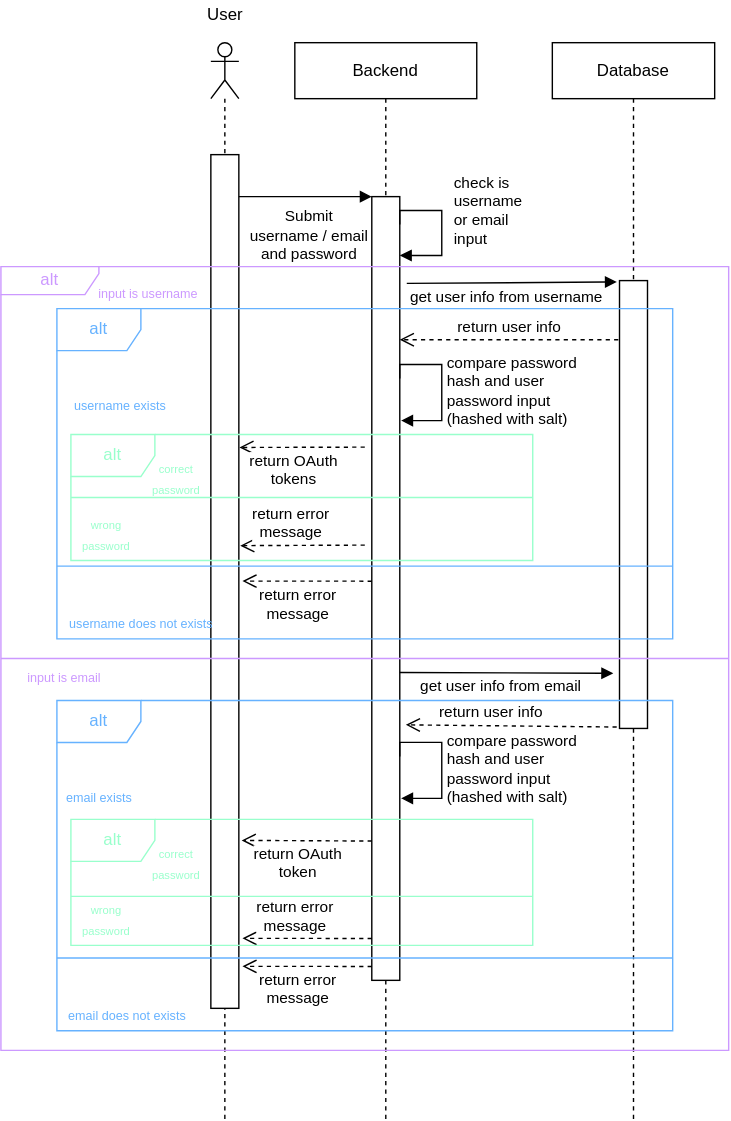
alex-au-922/sleekflow_coding_test keeps this draw.io diagram as specifications/src/sequence_diagram_login.drawio.svg. Above is the earlier version. Source tidied: cells renumbered, new cells last; positions are measured from the earlier drawing's top-left corner, leaving out a move shared by most shapes.
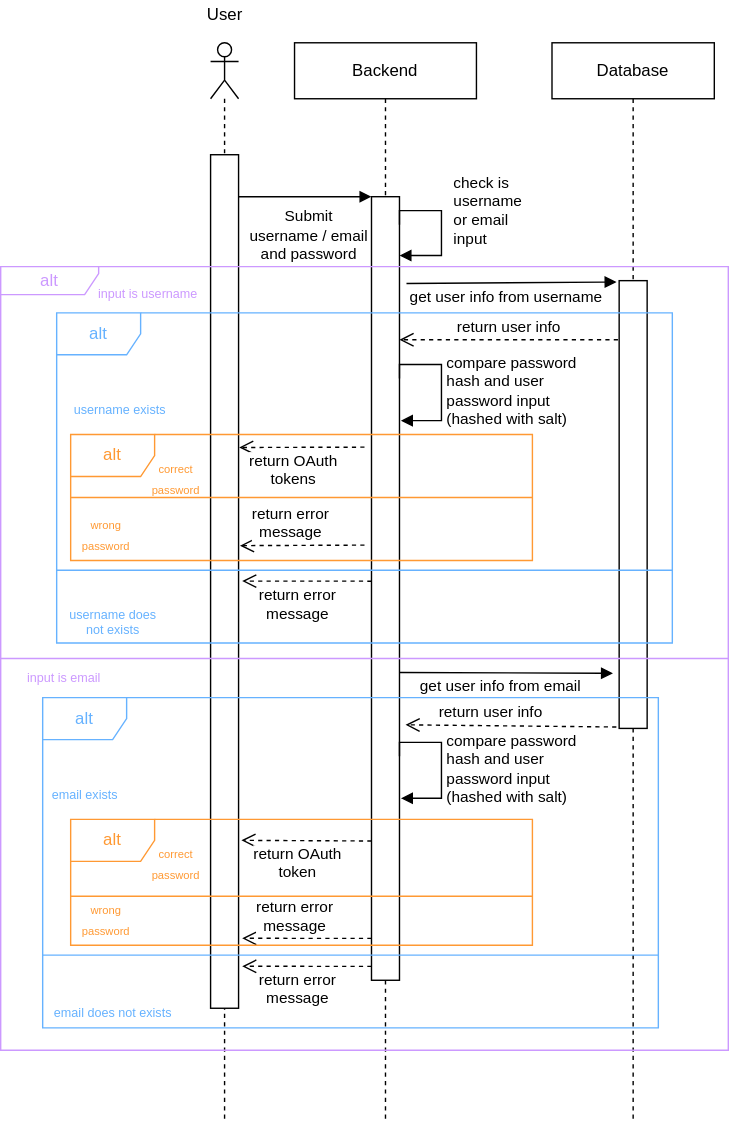
Later version of the same file.

Diff of the diagram source:
```diff
@@ -80,13 +80,13 @@
         <mxPoint x="-37.4" y="660" as="targetPoint" />
       </mxGeometry>
     </mxCell>
-    <mxCell id="15" value="&lt;font color=&quot;#99ffcc&quot;&gt;alt&lt;/font&gt;" style="shape=umlFrame;whiteSpace=wrap;html=1;strokeColor=#99FFCC;" parent="4" vertex="1">
+    <mxCell id="15" value="&lt;font color=&quot;#ff9933&quot;&gt;alt&lt;/font&gt;" style="shape=umlFrame;whiteSpace=wrap;html=1;strokeColor=#FF9933;" parent="4" vertex="1">
       <mxGeometry x="-160" y="280" width="330" height="90" as="geometry" />
     </mxCell>
-    <mxCell id="16" value="&lt;font style=&quot;font-size: 8px&quot;&gt;&lt;font color=&quot;#99ffcc&quot;&gt;correct&lt;br&gt;password&lt;/font&gt;&lt;br&gt;&lt;/font&gt;" style="text;html=1;align=center;verticalAlign=middle;fillColor=none;strokeColor=none;rounded=0;" parent="4" vertex="1">
+    <mxCell id="16" value="&lt;font style=&quot;font-size: 8px&quot;&gt;&lt;font color=&quot;#ff9933&quot;&gt;correct&lt;br&gt;password&lt;/font&gt;&lt;br&gt;&lt;/font&gt;" style="text;html=1;align=center;verticalAlign=middle;fillColor=none;strokeColor=none;rounded=0;" parent="4" vertex="1">
       <mxGeometry x="-110" y="291" width="50" height="40" as="geometry" />
     </mxCell>
-    <mxCell id="17" value="&lt;font style=&quot;font-size: 8px&quot;&gt;&lt;font color=&quot;#99ffcc&quot;&gt;wrong&lt;br&gt;password&lt;/font&gt;&lt;br&gt;&lt;/font&gt;" style="text;html=1;align=center;verticalAlign=middle;fillColor=none;strokeColor=none;rounded=0;" parent="4" vertex="1">
+    <mxCell id="17" value="&lt;font style=&quot;font-size: 8px&quot;&gt;&lt;font color=&quot;#ff9933&quot;&gt;wrong&lt;br&gt;password&lt;/font&gt;&lt;br&gt;&lt;/font&gt;" style="text;html=1;align=center;verticalAlign=middle;fillColor=none;strokeColor=none;rounded=0;" parent="4" vertex="1">
       <mxGeometry x="-160" y="331" width="50" height="40" as="geometry" />
     </mxCell>
     <mxCell id="18" value="Database" style="shape=umlLifeline;perimeter=lifelinePerimeter;whiteSpace=wrap;html=1;" parent="1" vertex="1">
@@ -95,6 +95,18 @@
     <mxCell id="19" style="html=1;points=[];perimeter=orthogonalPerimeter;" parent="18" vertex="1">
       <mxGeometry x="48" y="170" width="20" height="320" as="geometry" />
     </mxCell>
+    <mxCell id="37" value="&lt;font color=&quot;#66b2ff&quot;&gt;alt&lt;/font&gt;" style="shape=umlFrame;whiteSpace=wrap;html=1;strokeColor=#66B2FF;" parent="18" vertex="1">
+      <mxGeometry x="-354" y="193" width="440" height="236" as="geometry" />
+    </mxCell>
+    <mxCell id="39" value="username exists" style="text;html=1;align=center;verticalAlign=middle;fillColor=none;strokeColor=none;rounded=0;fontColor=#66B2FF;fontSize=9;" parent="18" vertex="1">
+      <mxGeometry x="-349" y="253" width="80" height="20" as="geometry" />
+    </mxCell>
+    <mxCell id="38" style="line;strokeWidth=1;fillColor=none;align=left;verticalAlign=middle;spacingTop=-1;spacingLeft=3;spacingRight=3;labelPosition=right;fontColor=#99FFCC;strokeColor=#66B2FF;" parent="18" vertex="1">
+      <mxGeometry x="-354" y="373" width="440" height="8" as="geometry" />
+    </mxCell>
+    <mxCell id="40" value="username does &lt;br&gt;not exists" style="text;html=1;align=center;verticalAlign=middle;fillColor=none;strokeColor=none;rounded=0;fontColor=#66B2FF;fontSize=9;" parent="18" vertex="1">
+      <mxGeometry x="-354" y="399" width="80" height="30" as="geometry" />
+    </mxCell>
     <mxCell id="20" value="User" style="text;html=1;align=center;verticalAlign=middle;strokeColor=none;fillColor=none;" parent="1" vertex="1">
       <mxGeometry x="140" width="40" height="20" as="geometry" />
     </mxCell>
@@ -130,45 +142,33 @@
     <mxCell id="27" value="alt" style="shape=umlFrame;whiteSpace=wrap;html=1;width=70;height=20;fontColor=#CC99FF;strokeColor=#CC99FF;" parent="1" vertex="1">
       <mxGeometry y="190" width="520" height="560" as="geometry" />
     </mxCell>
-    <mxCell id="28" style="line;strokeWidth=1;fillColor=none;align=left;verticalAlign=middle;spacingTop=-1;spacingLeft=3;spacingRight=3;labelPosition=right;strokeColor=#99FFCC;" parent="1" vertex="1">
+    <mxCell id="28" style="line;strokeWidth=1;fillColor=none;align=left;verticalAlign=middle;spacingTop=-1;spacingLeft=3;spacingRight=3;labelPosition=right;strokeColor=#FF9933;" parent="1" vertex="1">
       <mxGeometry x="50" y="351" width="330" height="8" as="geometry" />
     </mxCell>
-    <mxCell id="29" value="&lt;font color=&quot;#99ffcc&quot;&gt;alt&lt;/font&gt;" style="shape=umlFrame;whiteSpace=wrap;html=1;strokeColor=#99FFCC;" parent="1" vertex="1">
+    <mxCell id="29" value="&lt;font color=&quot;#ff9933&quot;&gt;alt&lt;/font&gt;" style="shape=umlFrame;whiteSpace=wrap;html=1;strokeColor=#FF9933;" parent="1" vertex="1">
       <mxGeometry x="50" y="585" width="330" height="90" as="geometry" />
     </mxCell>
-    <mxCell id="30" value="&lt;font style=&quot;font-size: 8px&quot;&gt;&lt;font color=&quot;#99ffcc&quot;&gt;correct&lt;br&gt;password&lt;/font&gt;&lt;br&gt;&lt;/font&gt;" style="text;html=1;align=center;verticalAlign=middle;fillColor=none;strokeColor=none;rounded=0;" parent="1" vertex="1">
+    <mxCell id="30" value="&lt;font style=&quot;font-size: 8px&quot;&gt;&lt;font color=&quot;#ff9933&quot;&gt;correct&lt;br&gt;password&lt;/font&gt;&lt;br&gt;&lt;/font&gt;" style="text;html=1;align=center;verticalAlign=middle;fillColor=none;strokeColor=none;rounded=0;" parent="1" vertex="1">
       <mxGeometry x="100" y="596" width="50" height="40" as="geometry" />
     </mxCell>
-    <mxCell id="31" value="&lt;font style=&quot;font-size: 8px&quot;&gt;&lt;font color=&quot;#99ffcc&quot;&gt;wrong&lt;br&gt;password&lt;/font&gt;&lt;br&gt;&lt;/font&gt;" style="text;html=1;align=center;verticalAlign=middle;fillColor=none;strokeColor=none;rounded=0;" parent="1" vertex="1">
+    <mxCell id="31" value="&lt;font style=&quot;font-size: 8px&quot;&gt;&lt;font color=&quot;#ff9933&quot;&gt;wrong&lt;br&gt;password&lt;/font&gt;&lt;br&gt;&lt;/font&gt;" style="text;html=1;align=center;verticalAlign=middle;fillColor=none;strokeColor=none;rounded=0;" parent="1" vertex="1">
       <mxGeometry x="50" y="636" width="50" height="40" as="geometry" />
     </mxCell>
-    <mxCell id="32" style="line;strokeWidth=1;fillColor=none;align=left;verticalAlign=middle;spacingTop=-1;spacingLeft=3;spacingRight=3;labelPosition=right;strokeColor=#99FFCC;" parent="1" vertex="1">
+    <mxCell id="32" style="line;strokeWidth=1;fillColor=none;align=left;verticalAlign=middle;spacingTop=-1;spacingLeft=3;spacingRight=3;labelPosition=right;strokeColor=#FF9933;" parent="1" vertex="1">
       <mxGeometry x="50" y="636" width="330" height="8" as="geometry" />
     </mxCell>
     <mxCell id="33" value="&lt;font color=&quot;#66b2ff&quot;&gt;alt&lt;/font&gt;" style="shape=umlFrame;whiteSpace=wrap;html=1;strokeColor=#66B2FF;" parent="1" vertex="1">
-      <mxGeometry x="40" y="500" width="440" height="236" as="geometry" />
+      <mxGeometry x="30" y="498" width="440" height="236" as="geometry" />
     </mxCell>
     <mxCell id="34" style="line;strokeWidth=1;fillColor=none;align=left;verticalAlign=middle;spacingTop=-1;spacingLeft=3;spacingRight=3;labelPosition=right;fontColor=#99FFCC;strokeColor=#66B2FF;" parent="1" vertex="1">
-      <mxGeometry x="40" y="680" width="440" height="8" as="geometry" />
+      <mxGeometry x="30" y="678" width="440" height="8" as="geometry" />
     </mxCell>
     <mxCell id="35" value="email exists" style="text;html=1;align=center;verticalAlign=middle;fillColor=none;strokeColor=none;rounded=0;fontColor=#66B2FF;fontSize=9;" parent="1" vertex="1">
-      <mxGeometry x="40" y="560" width="60" height="20" as="geometry" />
+      <mxGeometry x="30" y="558" width="60" height="20" as="geometry" />
     </mxCell>
     <mxCell id="36" value="email does not exists" style="text;html=1;align=center;verticalAlign=middle;fillColor=none;strokeColor=none;rounded=0;fontColor=#66B2FF;fontSize=9;" parent="1" vertex="1">
-      <mxGeometry x="40" y="716" width="100" height="20" as="geometry" />
+      <mxGeometry x="30" y="714" width="100" height="20" as="geometry" />
     </mxCell>
-    <mxCell id="37" value="&lt;font color=&quot;#66b2ff&quot;&gt;alt&lt;/font&gt;" style="shape=umlFrame;whiteSpace=wrap;html=1;strokeColor=#66B2FF;" parent="1" vertex="1">
-      <mxGeometry x="40" y="220" width="440" height="236" as="geometry" />
-    </mxCell>
-    <mxCell id="38" style="line;strokeWidth=1;fillColor=none;align=left;verticalAlign=middle;spacingTop=-1;spacingLeft=3;spacingRight=3;labelPosition=right;fontColor=#99FFCC;strokeColor=#66B2FF;" parent="1" vertex="1">
-      <mxGeometry x="40" y="400" width="440" height="8" as="geometry" />
-    </mxCell>
-    <mxCell id="39" value="username exists" style="text;html=1;align=center;verticalAlign=middle;fillColor=none;strokeColor=none;rounded=0;fontColor=#66B2FF;fontSize=9;" parent="1" vertex="1">
-      <mxGeometry x="45" y="280" width="80" height="20" as="geometry" />
-    </mxCell>
-    <mxCell id="40" value="username does not exists" style="text;html=1;align=center;verticalAlign=middle;fillColor=none;strokeColor=none;rounded=0;fontColor=#66B2FF;fontSize=9;" parent="1" vertex="1">
-      <mxGeometry x="40" y="436" width="120" height="20" as="geometry" />
-    </mxCell>
     <mxCell id="41" style="line;strokeWidth=1;fillColor=none;align=left;verticalAlign=middle;spacingTop=-1;spacingLeft=3;spacingRight=3;labelPosition=right;fontSize=9;fontColor=#CC99FF;strokeColor=#CC99FF;" parent="1" vertex="1">
       <mxGeometry y="466" width="520" height="8" as="geometry" />
     </mxCell>
```
